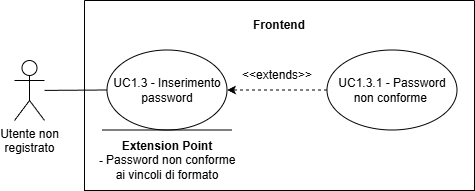
Before: assets/diagrams/UC1_3.png, a diagram exported from draw.io (SkarabGroup/DocumentazioneProgetto). Source tidied: cells renumbered, new cells last; positions are measured from the earlier drawing's top-left corner, leaving out a move shared by most shapes.
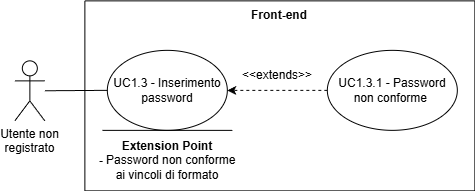
The same diagram one commit later.

Change to the diagram source:
```diff
@@ -5,31 +5,31 @@
     <mxCell id="2" value="Utente non &lt;br&gt;registrato" style="shape=umlActor;verticalLabelPosition=bottom;verticalAlign=top;html=1;outlineConnect=0;" parent="1" vertex="1">
       <mxGeometry y="60" width="30" height="60" as="geometry" />
     </mxCell>
-    <mxCell id="3" style="swimlane;startSize=0;" parent="1" vertex="1">
-      <mxGeometry x="70" width="390" height="190" as="geometry" />
-    </mxCell>
-    <mxCell id="4" value="Frontend" style="text;html=1;whiteSpace=wrap;strokeColor=none;fillColor=none;align=center;verticalAlign=middle;rounded=0;fontStyle=1;" parent="3" vertex="1">
-      <mxGeometry x="165" y="10" width="60" height="30" as="geometry" />
-    </mxCell>
+    <mxCell id="12" style="swimlane;startSize=0;" parent="1" vertex="1">
+      <mxGeometry x="70" width="390" height="190" as="geometry" />
+    </mxCell>
+    <mxCell id="13" value="Front-end" style="text;html=1;whiteSpace=wrap;strokeColor=none;fillColor=none;align=center;verticalAlign=middle;rounded=0;fontStyle=1;" parent="12" vertex="1">
+      <mxGeometry x="165" width="60" height="30" as="geometry" />
+    </mxCell>
-    <mxCell id="5" value="UC1.3 - Inserimento password" style="ellipse;html=1;whiteSpace=wrap;" parent="3" vertex="1">
+    <mxCell id="5" value="UC1.3 - Inserimento password" style="ellipse;html=1;whiteSpace=wrap;" parent="12" vertex="1">
       <mxGeometry x="22.5" y="49.5" width="120" height="80" as="geometry" />
     </mxCell>
-    <mxCell id="6" value="UC1.3.1 - Password non conforme&amp;nbsp;" style="ellipse;whiteSpace=wrap;html=1;" parent="3" vertex="1">
+    <mxCell id="6" value="UC1.3.1 - Password non conforme&amp;nbsp;" style="ellipse;whiteSpace=wrap;html=1;" parent="12" vertex="1">
       <mxGeometry x="242.5" y="49.5" width="130" height="80" as="geometry" />
     </mxCell>
-    <mxCell id="7" style="endArrow=classic;html=1;rounded=0;exitX=0;exitY=0.5;exitDx=0;exitDy=0;entryX=1;entryY=0.5;entryDx=0;entryDy=0;dashed=1;endFill=1;" parent="3" edge="1" source="6" target="5">
+    <mxCell id="7" style="endArrow=classic;html=1;rounded=0;exitX=0;exitY=0.5;exitDx=0;exitDy=0;entryX=1;entryY=0.5;entryDx=0;entryDy=0;dashed=1;endFill=1;" parent="12" edge="1" source="6" target="5">
       <mxGeometry relative="1" as="geometry" />
     </mxCell>
-    <mxCell id="8" style="endArrow=none;html=1;rounded=0;" parent="3" edge="1">
-      <mxGeometry relative="1" as="geometry">
-        <mxPoint x="17.5" y="129.5" as="sourcePoint" />
-        <mxPoint x="147.5" y="129.5" as="targetPoint" />
-      </mxGeometry>
-    </mxCell>
+    <mxCell id="14" style="endArrow=none;html=1;rounded=0;" parent="12" edge="1">
+      <mxGeometry relative="1" as="geometry">
+        <mxPoint x="17.5" y="129.5" as="sourcePoint" />
+        <mxPoint x="147.5" y="129.5" as="targetPoint" />
+      </mxGeometry>
+    </mxCell>
-    <mxCell id="9" value="&lt;b&gt;Extension Point&lt;/b&gt;&lt;div&gt;&lt;div&gt;&lt;b&gt;- &lt;/b&gt;Password&amp;nbsp;non conforme ai vincoli di formato&lt;/div&gt;&lt;/div&gt;" style="text;html=1;whiteSpace=wrap;strokeColor=none;fillColor=none;align=center;verticalAlign=middle;rounded=0;" parent="3" vertex="1">
+    <mxCell id="9" value="&lt;b&gt;Extension Point&lt;/b&gt;&lt;div&gt;&lt;div&gt;&lt;b&gt;- &lt;/b&gt;Password&amp;nbsp;non conforme ai vincoli di formato&lt;/div&gt;&lt;/div&gt;" style="text;html=1;whiteSpace=wrap;strokeColor=none;fillColor=none;align=center;verticalAlign=middle;rounded=0;" parent="12" vertex="1">
       <mxGeometry x="12.5" y="129.5" width="140" height="60" as="geometry" />
     </mxCell>
-    <mxCell id="10" value="&amp;lt;&amp;lt;extends&amp;gt;&amp;gt;" style="text;html=1;whiteSpace=wrap;strokeColor=none;fillColor=none;align=center;verticalAlign=middle;rounded=0;" parent="3" vertex="1">
+    <mxCell id="10" value="&amp;lt;&amp;lt;extends&amp;gt;&amp;gt;" style="text;html=1;whiteSpace=wrap;strokeColor=none;fillColor=none;align=center;verticalAlign=middle;rounded=0;" parent="12" vertex="1">
       <mxGeometry x="162.5" y="59.5" width="60" height="30" as="geometry" />
     </mxCell>
     <mxCell id="11" style="endArrow=none;html=1;rounded=0;entryX=0;entryY=0.5;entryDx=0;entryDy=0;" parent="1" edge="1" source="2" target="5">
```
